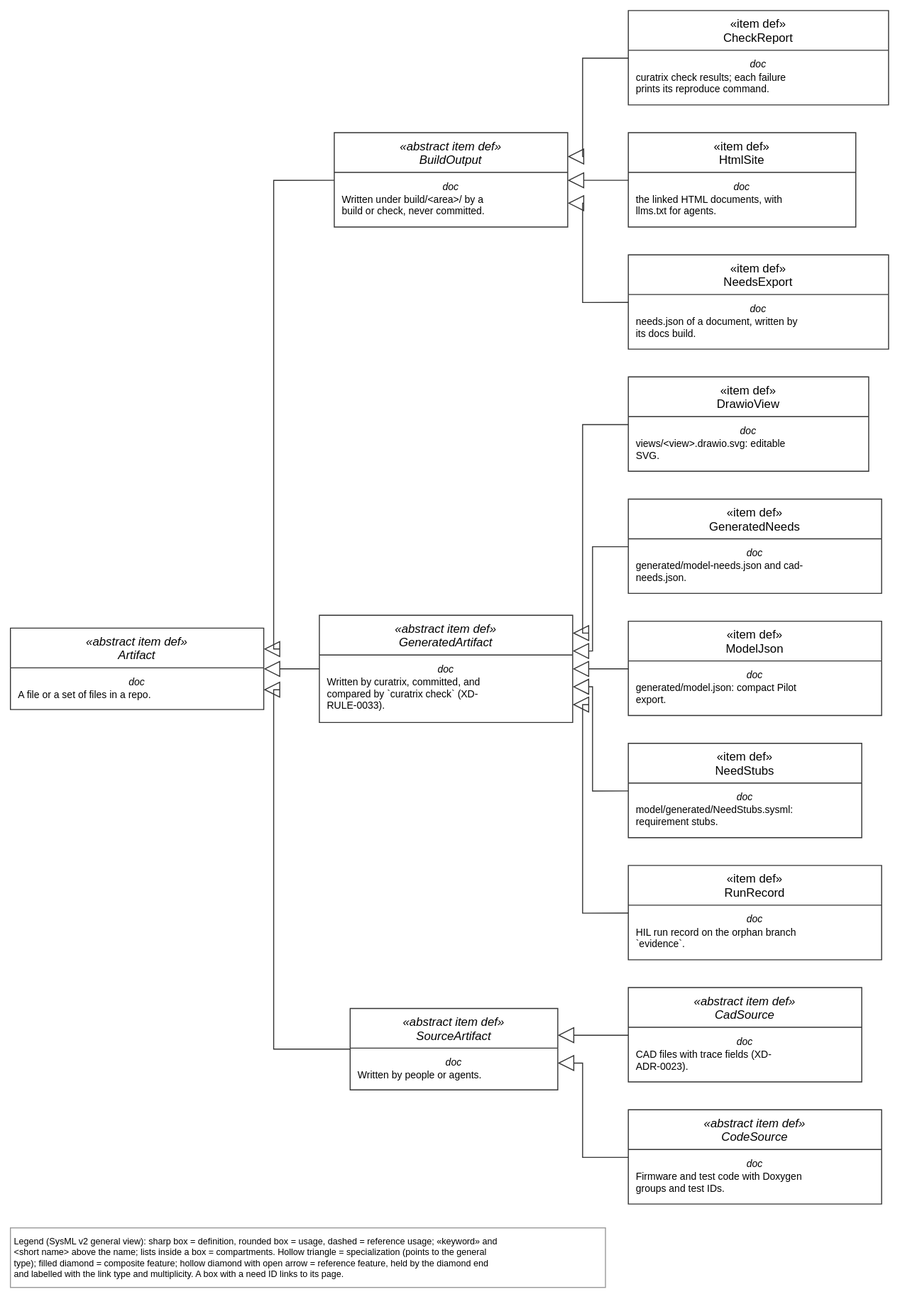
tiacsys/xdmod keeps this draw.io diagram as views/artifactKinds.drawio.svg. Above is the earlier version. Source tidied: cells renumbered, new cells last; positions are measured from the earlier drawing's top-left corner, leaving out a move shared by most shapes.
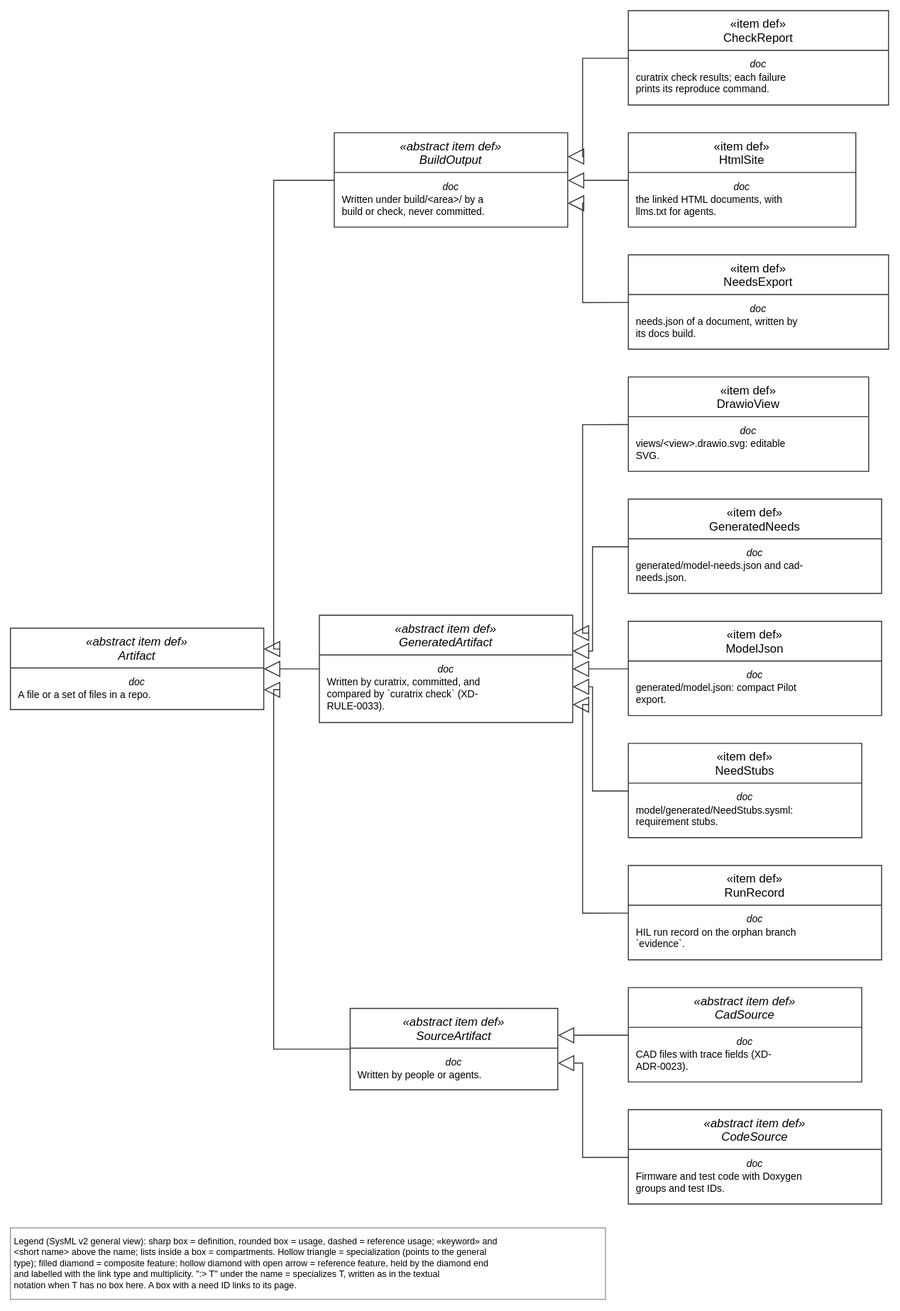
The same diagram one commit later.

Diff of the diagram source:
```diff
@@ -44,8 +44,8 @@
     <mxCell id="15" value="«abstract item def»&#10;SourceArtifact" style="html=0;fontFamily=Helvetica;fontSize=11;strokeColor=#333333;rounded=0;fillColor=#FFFFFF;swimlane;startSize=40;horizontal=1;fontStyle=2;swimlaneLine=1;" parent="1" vertex="1">
       <mxGeometry x="342" y="1005" width="209" height="82" as="geometry" />
     </mxCell>
-    <mxCell id="16" value="Legend (SysML v2 general view): sharp box = definition, rounded box = usage, dashed = reference usage; «keyword» and&#10;&lt;short name&gt; above the name; lists inside a box = compartments. Hollow triangle = specialization (points to the general&#10;type); filled diamond = composite feature; hollow diamond with open arrow = reference feature, held by the diamond end&#10;and labelled with the link type and multiplicity. A box with a need ID links to its page." style="text;html=0;align=left;verticalAlign=top;fontFamily=Helvetica;fontSize=9;fillColor=#FFFFFF;strokeColor=#999999;spacing=4;" parent="1" vertex="1">
-      <mxGeometry y="1226" width="599" height="60" as="geometry" />
+    <mxCell id="16" value="Legend (SysML v2 general view): sharp box = definition, rounded box = usage, dashed = reference usage; «keyword» and&#10;&lt;short name&gt; above the name; lists inside a box = compartments. Hollow triangle = specialization (points to the general&#10;type); filled diamond = composite feature; hollow diamond with open arrow = reference feature, held by the diamond end&#10;and labelled with the link type and multiplicity. &quot;:&gt; T&quot; under the name = specializes T, written as in the textual&#10;notation when T has no box here. A box with a need ID links to its page." style="text;html=0;align=left;verticalAlign=top;fontFamily=Helvetica;fontSize=9;fillColor=#FFFFFF;strokeColor=#999999;spacing=4;" parent="1" vertex="1">
+      <mxGeometry y="1226" width="599" height="72" as="geometry" />
     </mxCell>
     <mxCell id="17" value="doc" style="text;html=0;align=center;verticalAlign=top;spacingTop=0;fontFamily=Helvetica;fontSize=10;fontStyle=2;strokeColor=none;" parent="2" vertex="1">
       <mxGeometry y="42" width="255" height="13" as="geometry" />
```
